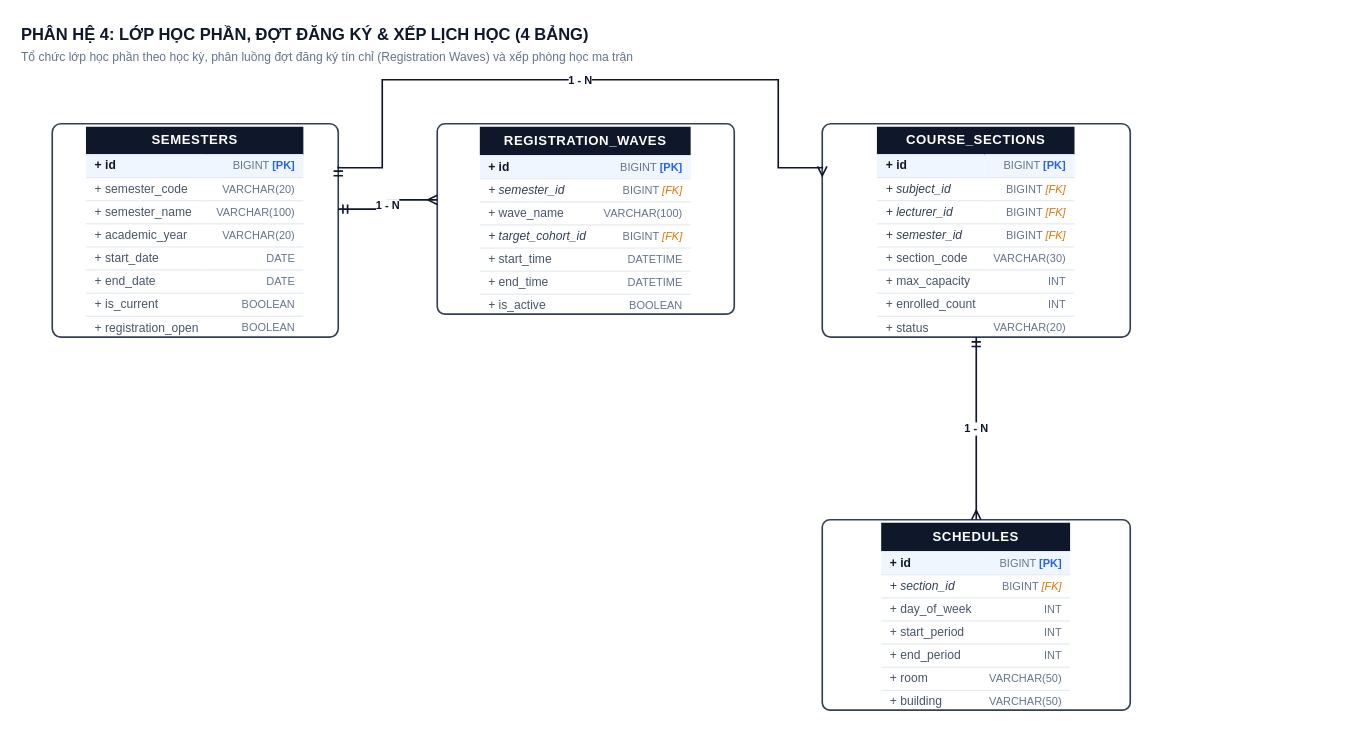
Above: page "5. Phân hệ 4 - Lớp học phần & Xếp lịch" (5 of 8) of drawio/ERD_Diagrams.drawio in DevMarkie/DoAnChuyenNganh (draw.io), before the change. Source tidied: cells renumbered, new cells numbered last; positions are measured from the earlier drawing's top-left corner, leaving out a move shared by most shapes. Both pictures are drawn from the tidied source at 110%, with x=0, y=0 at pixel (19, 19).
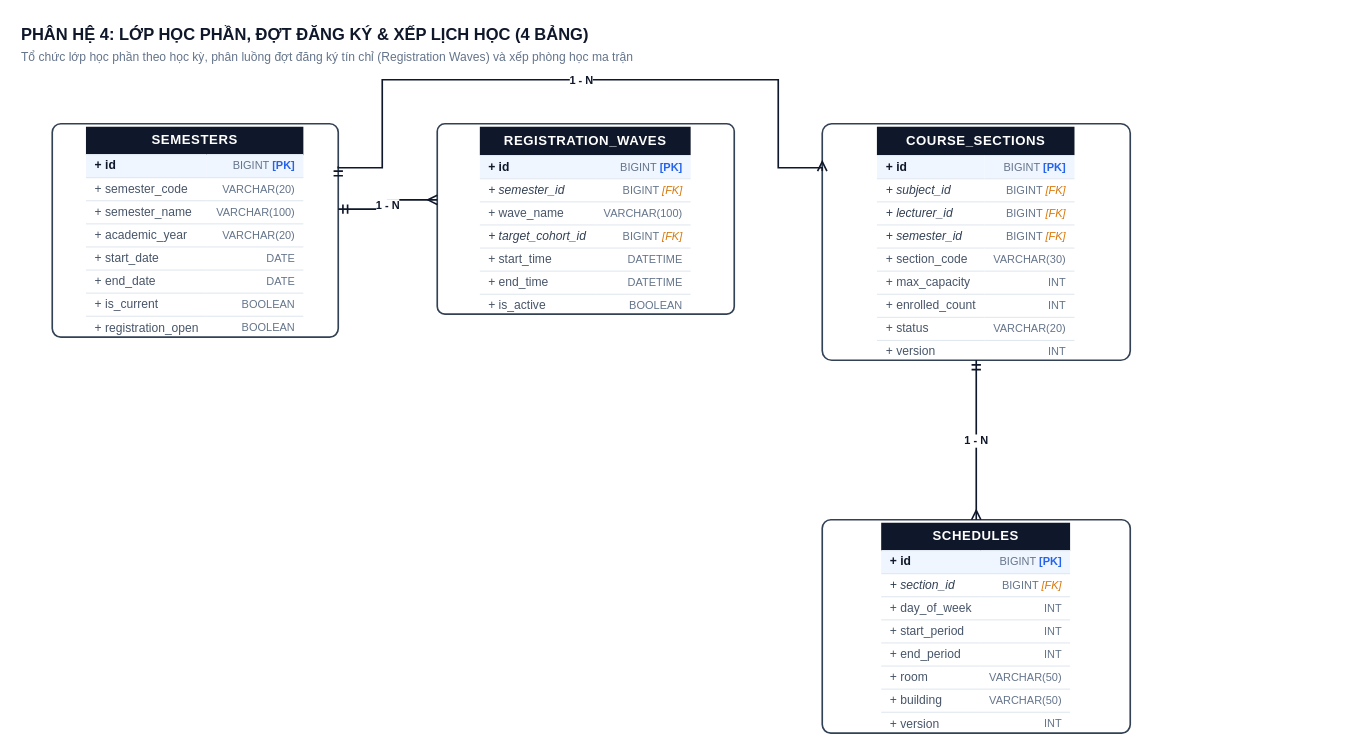
After the change.

The edit, as a diff of the source:
```diff
@@
 <mxGraphModel background="#ffffff">
   <root>
     <mxCell id="0" />
     <mxCell id="1" parent="0" />
     <mxCell id="2" value="PHÂN HỆ 4: LỚP HỌC PHẦN, ĐỢT ĐĂNG KÝ &amp; XẾP LỊCH HỌC (4 BẢNG)" style="text;html=1;strokeColor=none;fillColor=none;align=left;verticalAlign=middle;fontStyle=1;fontSize=15;fontFamily=Arial,Helvetica,sans-serif;fontColor=#0f172a;" parent="1" vertex="1">
       <mxGeometry width="1200" height="26" as="geometry" />
     </mxCell>
     <mxCell id="3" value="Tổ chức lớp học phần theo học kỳ, phân luồng đợt đăng ký tín chỉ (Registration Waves) và xếp phòng học ma trận" style="text;html=1;strokeColor=none;fillColor=none;align=left;verticalAlign=middle;fontStyle=0;fontSize=11;fontFamily=Arial,Helvetica,sans-serif;fontColor=#64748b;" parent="1" vertex="1">
       <mxGeometry y="24" width="1200" height="20" as="geometry" />
     </mxCell>
     <mxCell id="4" value="&lt;table style=&quot;width:100%; border-collapse:collapse; font-family:Arial,Helvetica,sans-serif; font-size:11px; margin:0; padding:0;&quot;&gt;&lt;tr style=&quot;background:#0f172a; color:#ffffff; height:26px;&quot;&gt;&lt;td colspan=&quot;2&quot; align=&quot;center&quot; style=&quot;font-weight:bold; font-size:12px; letter-spacing:0.5px;&quot;&gt;SEMESTERS&lt;/td&gt;&lt;/tr&gt;&lt;tr style=&quot;background:#eff6ff; height:21px; border-top:1px solid #e2e8f0;&quot;&gt;&lt;td style=&quot;padding:2px 8px; text-align:left; font-weight:bold; color:#0f172a;&quot;&gt;+ id&lt;/td&gt;&lt;td style=&quot;padding:2px 8px; text-align:right; color:#64748b; font-size:10px;&quot;&gt;BIGINT &lt;b style=&quot;color:#2563eb;&quot;&gt;[PK]&lt;/b&gt;&lt;/td&gt;&lt;/tr&gt;&lt;tr style=&quot;background:#ffffff; height:21px; border-top:1px solid #e2e8f0;&quot;&gt;&lt;td style=&quot;padding:2px 8px; text-align:left; color:#475569;&quot;&gt;+ semester_code&lt;/td&gt;&lt;td style=&quot;padding:2px 8px; text-align:right; color:#64748b; font-size:10px;&quot;&gt;VARCHAR(20)&lt;/td&gt;&lt;/tr&gt;&lt;tr style=&quot;background:#ffffff; height:21px; border-top:1px solid #e2e8f0;&quot;&gt;&lt;td style=&quot;padding:2px 8px; text-align:left; color:#475569;&quot;&gt;+ semester_name&lt;/td&gt;&lt;td style=&quot;padding:2px 8px; text-align:right; color:#64748b; font-size:10px;&quot;&gt;VARCHAR(100)&lt;/td&gt;&lt;/tr&gt;&lt;tr style=&quot;background:#ffffff; height:21px; border-top:1px solid #e2e8f0;&quot;&gt;&lt;td style=&quot;padding:2px 8px; text-align:left; color:#475569;&quot;&gt;+ academic_year&lt;/td&gt;&lt;td style=&quot;padding:2px 8px; text-align:right; color:#64748b; font-size:10px;&quot;&gt;VARCHAR(20)&lt;/td&gt;&lt;/tr&gt;&lt;tr style=&quot;background:#ffffff; height:21px; border-top:1px solid #e2e8f0;&quot;&gt;&lt;td style=&quot;padding:2px 8px; text-align:left; color:#475569;&quot;&gt;+ start_date&lt;/td&gt;&lt;td style=&quot;padding:2px 8px; text-align:right; color:#64748b; font-size:10px;&quot;&gt;DATE&lt;/td&gt;&lt;/tr&gt;&lt;tr style=&quot;background:#ffffff; height:21px; border-top:1px solid #e2e8f0;&quot;&gt;&lt;td style=&quot;padding:2px 8px; text-align:left; color:#475569;&quot;&gt;+ end_date&lt;/td&gt;&lt;td style=&quot;padding:2px 8px; text-align:right; color:#64748b; font-size:10px;&quot;&gt;DATE&lt;/td&gt;&lt;/tr&gt;&lt;tr style=&quot;background:#ffffff; height:21px; border-top:1px solid #e2e8f0;&quot;&gt;&lt;td style=&quot;padding:2px 8px; text-align:left; color:#475569;&quot;&gt;+ is_current&lt;/td&gt;&lt;td style=&quot;padding:2px 8px; text-align:right; color:#64748b; font-size:10px;&quot;&gt;BOOLEAN&lt;/td&gt;&lt;/tr&gt;&lt;tr style=&quot;background:#ffffff; height:21px; border-top:1px solid #e2e8f0;&quot;&gt;&lt;td style=&quot;padding:2px 8px; text-align:left; color:#475569;&quot;&gt;+ registration_open&lt;/td&gt;&lt;td style=&quot;padding:2px 8px; text-align:right; color:#64748b; font-size:10px;&quot;&gt;BOOLEAN&lt;/td&gt;&lt;/tr&gt;&lt;/table&gt;" style="rounded=1;arcSize=4;strokeColor=#334155;strokeWidth=1.5;fillColor=#ffffff;html=1;overflow=hidden;whiteSpace=wrap;" parent="1" vertex="1">
       <mxGeometry x="30" y="95" width="260" height="194" as="geometry" />
     </mxCell>
     <mxCell id="5" value="&lt;table style=&quot;width:100%; border-collapse:collapse; font-family:Arial,Helvetica,sans-serif; font-size:11px; margin:0; padding:0;&quot;&gt;&lt;tr style=&quot;background:#0f172a; color:#ffffff; height:26px;&quot;&gt;&lt;td colspan=&quot;2&quot; align=&quot;center&quot; style=&quot;font-weight:bold; font-size:12px; letter-spacing:0.5px;&quot;&gt;REGISTRATION_WAVES&lt;/td&gt;&lt;/tr&gt;&lt;tr style=&quot;background:#eff6ff; height:21px; border-top:1px solid #e2e8f0;&quot;&gt;&lt;td style=&quot;padding:2px 8px; text-align:left; font-weight:bold; color:#0f172a;&quot;&gt;+ id&lt;/td&gt;&lt;td style=&quot;padding:2px 8px; text-align:right; color:#64748b; font-size:10px;&quot;&gt;BIGINT &lt;b style=&quot;color:#2563eb;&quot;&gt;[PK]&lt;/b&gt;&lt;/td&gt;&lt;/tr&gt;&lt;tr style=&quot;background:#ffffff; height:21px; border-top:1px solid #e2e8f0;&quot;&gt;&lt;td style=&quot;padding:2px 8px; text-align:left; font-style:italic; color:#334155;&quot;&gt;+ semester_id&lt;/td&gt;&lt;td style=&quot;padding:2px 8px; text-align:right; color:#64748b; font-size:10px;&quot;&gt;BIGINT &lt;i style=&quot;color:#d97706;&quot;&gt;[FK]&lt;/i&gt;&lt;/td&gt;&lt;/tr&gt;&lt;tr style=&quot;background:#ffffff; height:21px; border-top:1px solid #e2e8f0;&quot;&gt;&lt;td style=&quot;padding:2px 8px; text-align:left; color:#475569;&quot;&gt;+ wave_name&lt;/td&gt;&lt;td style=&quot;padding:2px 8px; text-align:right; color:#64748b; font-size:10px;&quot;&gt;VARCHAR(100)&lt;/td&gt;&lt;/tr&gt;&lt;tr style=&quot;background:#ffffff; height:21px; border-top:1px solid #e2e8f0;&quot;&gt;&lt;td style=&quot;padding:2px 8px; text-align:left; font-style:italic; color:#334155;&quot;&gt;+ target_cohort_id&lt;/td&gt;&lt;td style=&quot;padding:2px 8px; text-align:right; color:#64748b; font-size:10px;&quot;&gt;BIGINT &lt;i style=&quot;color:#d97706;&quot;&gt;[FK]&lt;/i&gt;&lt;/td&gt;&lt;/tr&gt;&lt;tr style=&quot;background:#ffffff; height:21px; border-top:1px solid #e2e8f0;&quot;&gt;&lt;td style=&quot;padding:2px 8px; text-align:left; color:#475569;&quot;&gt;+ start_time&lt;/td&gt;&lt;td style=&quot;padding:2px 8px; text-align:right; color:#64748b; font-size:10px;&quot;&gt;DATETIME&lt;/td&gt;&lt;/tr&gt;&lt;tr style=&quot;background:#ffffff; height:21px; border-top:1px solid #e2e8f0;&quot;&gt;&lt;td style=&quot;padding:2px 8px; text-align:left; color:#475569;&quot;&gt;+ end_time&lt;/td&gt;&lt;td style=&quot;padding:2px 8px; text-align:right; color:#64748b; font-size:10px;&quot;&gt;DATETIME&lt;/td&gt;&lt;/tr&gt;&lt;tr style=&quot;background:#ffffff; height:21px; border-top:1px solid #e2e8f0;&quot;&gt;&lt;td style=&quot;padding:2px 8px; text-align:left; color:#475569;&quot;&gt;+ is_active&lt;/td&gt;&lt;td style=&quot;padding:2px 8px; text-align:right; color:#64748b; font-size:10px;&quot;&gt;BOOLEAN&lt;/td&gt;&lt;/tr&gt;&lt;/table&gt;" style="rounded=1;arcSize=4;strokeColor=#334155;strokeWidth=1.5;fillColor=#ffffff;html=1;overflow=hidden;whiteSpace=wrap;" parent="1" vertex="1">
       <mxGeometry x="380" y="95" width="270" height="173" as="geometry" />
     </mxCell>
-    <mxCell id="6" value="&lt;table style=&quot;width:100%; border-collapse:collapse; font-family:Arial,Helvetica,sans-serif; font-size:11px; margin:0; padding:0;&quot;&gt;&lt;tr style=&quot;background:#0f172a; color:#ffffff; height:26px;&quot;&gt;&lt;td colspan=&quot;2&quot; align=&quot;center&quot; style=&quot;font-weight:bold; font-size:12px; letter-spacing:0.5px;&quot;&gt;COURSE_SECTIONS&lt;/td&gt;&lt;/tr&gt;&lt;tr style=&quot;background:#eff6ff; height:21px; border-top:1px solid #e2e8f0;&quot;&gt;&lt;td style=&quot;padding:2px 8px; text-align:left; font-weight:bold; color:#0f172a;&quot;&gt;+ id&lt;/td&gt;&lt;td style=&quot;padding:2px 8px; text-align:right; color:#64748b; font-size:10px;&quot;&gt;BIGINT &lt;b style=&quot;color:#2563eb;&quot;&gt;[PK]&lt;/b&gt;&lt;/td&gt;&lt;/tr&gt;&lt;tr style=&quot;background:#ffffff; height:21px; border-top:1px solid #e2e8f0;&quot;&gt;&lt;td style=&quot;padding:2px 8px; text-align:left; font-style:italic; color:#334155;&quot;&gt;+ subject_id&lt;/td&gt;&lt;td style=&quot;padding:2px 8px; text-align:right; color:#64748b; font-size:10px;&quot;&gt;BIGINT &lt;i style=&quot;color:#d97706;&quot;&gt;[FK]&lt;/i&gt;&lt;/td&gt;&lt;/tr&gt;&lt;tr style=&quot;background:#ffffff; height:21px; border-top:1px solid #e2e8f0;&quot;&gt;&lt;td style=&quot;padding:2px 8px; text-align:left; font-style:italic; color:#334155;&quot;&gt;+ lecturer_id&lt;/td&gt;&lt;td style=&quot;padding:2px 8px; text-align:right; color:#64748b; font-size:10px;&quot;&gt;BIGINT &lt;i style=&quot;color:#d97706;&quot;&gt;[FK]&lt;/i&gt;&lt;/td&gt;&lt;/tr&gt;&lt;tr style=&quot;background:#ffffff; height:21px; border-top:1px solid #e2e8f0;&quot;&gt;&lt;td style=&quot;padding:2px 8px; text-align:left; font-style:italic; color:#334155;&quot;&gt;+ semester_id&lt;/td&gt;&lt;td style=&quot;padding:2px 8px; text-align:right; color:#64748b; font-size:10px;&quot;&gt;BIGINT &lt;i style=&quot;color:#d97706;&quot;&gt;[FK]&lt;/i&gt;&lt;/td&gt;&lt;/tr&gt;&lt;tr style=&quot;background:#ffffff; height:21px; border-top:1px solid #e2e8f0;&quot;&gt;&lt;td style=&quot;padding:2px 8px; text-align:left; color:#475569;&quot;&gt;+ section_code&lt;/td&gt;&lt;td style=&quot;padding:2px 8px; text-align:right; color:#64748b; font-size:10px;&quot;&gt;VARCHAR(30)&lt;/td&gt;&lt;/tr&gt;&lt;tr style=&quot;background:#ffffff; height:21px; border-top:1px solid #e2e8f0;&quot;&gt;&lt;td style=&quot;padding:2px 8px; text-align:left; color:#475569;&quot;&gt;+ max_capacity&lt;/td&gt;&lt;td style=&quot;padding:2px 8px; text-align:right; color:#64748b; font-size:10px;&quot;&gt;INT&lt;/td&gt;&lt;/tr&gt;&lt;tr style=&quot;background:#ffffff; height:21px; border-top:1px solid #e2e8f0;&quot;&gt;&lt;td style=&quot;padding:2px 8px; text-align:left; color:#475569;&quot;&gt;+ enrolled_count&lt;/td&gt;&lt;td style=&quot;padding:2px 8px; text-align:right; color:#64748b; font-size:10px;&quot;&gt;INT&lt;/td&gt;&lt;/tr&gt;&lt;tr style=&quot;background:#ffffff; height:21px; border-top:1px solid #e2e8f0;&quot;&gt;&lt;td style=&quot;padding:2px 8px; text-align:left; color:#475569;&quot;&gt;+ status&lt;/td&gt;&lt;td style=&quot;padding:2px 8px; text-align:right; color:#64748b; font-size:10px;&quot;&gt;VARCHAR(20)&lt;/td&gt;&lt;/tr&gt;&lt;/table&gt;" style="rounded=1;arcSize=4;strokeColor=#334155;strokeWidth=1.5;fillColor=#ffffff;html=1;overflow=hidden;whiteSpace=wrap;" parent="1" vertex="1">
-      <mxGeometry x="730" y="95" width="280" height="194" as="geometry" />
+    <mxCell id="6" value="&lt;table style=&quot;width:100%; border-collapse:collapse; font-family:Arial,Helvetica,sans-serif; font-size:11px; margin:0; padding:0;&quot;&gt;&lt;tr style=&quot;background:#0f172a; color:#ffffff; height:26px;&quot;&gt;&lt;td colspan=&quot;2&quot; align=&quot;center&quot; style=&quot;font-weight:bold; font-size:12px; letter-spacing:0.5px;&quot;&gt;COURSE_SECTIONS&lt;/td&gt;&lt;/tr&gt;&lt;tr style=&quot;background:#eff6ff; height:21px; border-top:1px solid #e2e8f0;&quot;&gt;&lt;td style=&quot;padding:2px 8px; text-align:left; font-weight:bold; color:#0f172a;&quot;&gt;+ id&lt;/td&gt;&lt;td style=&quot;padding:2px 8px; text-align:right; color:#64748b; font-size:10px;&quot;&gt;BIGINT &lt;b style=&quot;color:#2563eb;&quot;&gt;[PK]&lt;/b&gt;&lt;/td&gt;&lt;/tr&gt;&lt;tr style=&quot;background:#ffffff; height:21px; border-top:1px solid #e2e8f0;&quot;&gt;&lt;td style=&quot;padding:2px 8px; text-align:left; font-style:italic; color:#334155;&quot;&gt;+ subject_id&lt;/td&gt;&lt;td style=&quot;padding:2px 8px; text-align:right; color:#64748b; font-size:10px;&quot;&gt;BIGINT &lt;i style=&quot;color:#d97706;&quot;&gt;[FK]&lt;/i&gt;&lt;/td&gt;&lt;/tr&gt;&lt;tr style=&quot;background:#ffffff; height:21px; border-top:1px solid #e2e8f0;&quot;&gt;&lt;td style=&quot;padding:2px 8px; text-align:left; font-style:italic; color:#334155;&quot;&gt;+ lecturer_id&lt;/td&gt;&lt;td style=&quot;padding:2px 8px; text-align:right; color:#64748b; font-size:10px;&quot;&gt;BIGINT &lt;i style=&quot;color:#d97706;&quot;&gt;[FK]&lt;/i&gt;&lt;/td&gt;&lt;/tr&gt;&lt;tr style=&quot;background:#ffffff; height:21px; border-top:1px solid #e2e8f0;&quot;&gt;&lt;td style=&quot;padding:2px 8px; text-align:left; font-style:italic; color:#334155;&quot;&gt;+ semester_id&lt;/td&gt;&lt;td style=&quot;padding:2px 8px; text-align:right; color:#64748b; font-size:10px;&quot;&gt;BIGINT &lt;i style=&quot;color:#d97706;&quot;&gt;[FK]&lt;/i&gt;&lt;/td&gt;&lt;/tr&gt;&lt;tr style=&quot;background:#ffffff; height:21px; border-top:1px solid #e2e8f0;&quot;&gt;&lt;td style=&quot;padding:2px 8px; text-align:left; color:#475569;&quot;&gt;+ section_code&lt;/td&gt;&lt;td style=&quot;padding:2px 8px; text-align:right; color:#64748b; font-size:10px;&quot;&gt;VARCHAR(30)&lt;/td&gt;&lt;/tr&gt;&lt;tr style=&quot;background:#ffffff; height:21px; border-top:1px solid #e2e8f0;&quot;&gt;&lt;td style=&quot;padding:2px 8px; text-align:left; color:#475569;&quot;&gt;+ max_capacity&lt;/td&gt;&lt;td style=&quot;padding:2px 8px; text-align:right; color:#64748b; font-size:10px;&quot;&gt;INT&lt;/td&gt;&lt;/tr&gt;&lt;tr style=&quot;background:#ffffff; height:21px; border-top:1px solid #e2e8f0;&quot;&gt;&lt;td style=&quot;padding:2px 8px; text-align:left; color:#475569;&quot;&gt;+ enrolled_count&lt;/td&gt;&lt;td style=&quot;padding:2px 8px; text-align:right; color:#64748b; font-size:10px;&quot;&gt;INT&lt;/td&gt;&lt;/tr&gt;&lt;tr style=&quot;background:#ffffff; height:21px; border-top:1px solid #e2e8f0;&quot;&gt;&lt;td style=&quot;padding:2px 8px; text-align:left; color:#475569;&quot;&gt;+ status&lt;/td&gt;&lt;td style=&quot;padding:2px 8px; text-align:right; color:#64748b; font-size:10px;&quot;&gt;VARCHAR(20)&lt;/td&gt;&lt;/tr&gt;&lt;tr style=&quot;background:#ffffff; height:21px; border-top:1px solid #e2e8f0;&quot;&gt;&lt;td style=&quot;padding:2px 8px; text-align:left; color:#475569;&quot;&gt;+ version&lt;/td&gt;&lt;td style=&quot;padding:2px 8px; text-align:right; color:#64748b; font-size:10px;&quot;&gt;INT&lt;/td&gt;&lt;/tr&gt;&lt;/table&gt;" style="rounded=1;arcSize=4;strokeColor=#334155;strokeWidth=1.5;fillColor=#ffffff;html=1;overflow=hidden;whiteSpace=wrap;" parent="1" vertex="1">
+      <mxGeometry x="730" y="95" width="280" height="215" as="geometry" />
     </mxCell>
-    <mxCell id="7" value="&lt;table style=&quot;width:100%; border-collapse:collapse; font-family:Arial,Helvetica,sans-serif; font-size:11px; margin:0; padding:0;&quot;&gt;&lt;tr style=&quot;background:#0f172a; color:#ffffff; height:26px;&quot;&gt;&lt;td colspan=&quot;2&quot; align=&quot;center&quot; style=&quot;font-weight:bold; font-size:12px; letter-spacing:0.5px;&quot;&gt;SCHEDULES&lt;/td&gt;&lt;/tr&gt;&lt;tr style=&quot;background:#eff6ff; height:21px; border-top:1px solid #e2e8f0;&quot;&gt;&lt;td style=&quot;padding:2px 8px; text-align:left; font-weight:bold; color:#0f172a;&quot;&gt;+ id&lt;/td&gt;&lt;td style=&quot;padding:2px 8px; text-align:right; color:#64748b; font-size:10px;&quot;&gt;BIGINT &lt;b style=&quot;color:#2563eb;&quot;&gt;[PK]&lt;/b&gt;&lt;/td&gt;&lt;/tr&gt;&lt;tr style=&quot;background:#ffffff; height:21px; border-top:1px solid #e2e8f0;&quot;&gt;&lt;td style=&quot;padding:2px 8px; text-align:left; font-style:italic; color:#334155;&quot;&gt;+ section_id&lt;/td&gt;&lt;td style=&quot;padding:2px 8px; text-align:right; color:#64748b; font-size:10px;&quot;&gt;BIGINT &lt;i style=&quot;color:#d97706;&quot;&gt;[FK]&lt;/i&gt;&lt;/td&gt;&lt;/tr&gt;&lt;tr style=&quot;background:#ffffff; height:21px; border-top:1px solid #e2e8f0;&quot;&gt;&lt;td style=&quot;padding:2px 8px; text-align:left; color:#475569;&quot;&gt;+ day_of_week&lt;/td&gt;&lt;td style=&quot;padding:2px 8px; text-align:right; color:#64748b; font-size:10px;&quot;&gt;INT&lt;/td&gt;&lt;/tr&gt;&lt;tr style=&quot;background:#ffffff; height:21px; border-top:1px solid #e2e8f0;&quot;&gt;&lt;td style=&quot;padding:2px 8px; text-align:left; color:#475569;&quot;&gt;+ start_period&lt;/td&gt;&lt;td style=&quot;padding:2px 8px; text-align:right; color:#64748b; font-size:10px;&quot;&gt;INT&lt;/td&gt;&lt;/tr&gt;&lt;tr style=&quot;background:#ffffff; height:21px; border-top:1px solid #e2e8f0;&quot;&gt;&lt;td style=&quot;padding:2px 8px; text-align:left; color:#475569;&quot;&gt;+ end_period&lt;/td&gt;&lt;td style=&quot;padding:2px 8px; text-align:right; color:#64748b; font-size:10px;&quot;&gt;INT&lt;/td&gt;&lt;/tr&gt;&lt;tr style=&quot;background:#ffffff; height:21px; border-top:1px solid #e2e8f0;&quot;&gt;&lt;td style=&quot;padding:2px 8px; text-align:left; color:#475569;&quot;&gt;+ room&lt;/td&gt;&lt;td style=&quot;padding:2px 8px; text-align:right; color:#64748b; font-size:10px;&quot;&gt;VARCHAR(50)&lt;/td&gt;&lt;/tr&gt;&lt;tr style=&quot;background:#ffffff; height:21px; border-top:1px solid #e2e8f0;&quot;&gt;&lt;td style=&quot;padding:2px 8px; text-align:left; color:#475569;&quot;&gt;+ building&lt;/td&gt;&lt;td style=&quot;padding:2px 8px; text-align:right; color:#64748b; font-size:10px;&quot;&gt;VARCHAR(50)&lt;/td&gt;&lt;/tr&gt;&lt;/table&gt;" style="rounded=1;arcSize=4;strokeColor=#334155;strokeWidth=1.5;fillColor=#ffffff;html=1;overflow=hidden;whiteSpace=wrap;" parent="1" vertex="1">
-      <mxGeometry x="730" y="455" width="280" height="173" as="geometry" />
+    <mxCell id="7" value="&lt;table style=&quot;width:100%; border-collapse:collapse; font-family:Arial,Helvetica,sans-serif; font-size:11px; margin:0; padding:0;&quot;&gt;&lt;tr style=&quot;background:#0f172a; color:#ffffff; height:26px;&quot;&gt;&lt;td colspan=&quot;2&quot; align=&quot;center&quot; style=&quot;font-weight:bold; font-size:12px; letter-spacing:0.5px;&quot;&gt;SCHEDULES&lt;/td&gt;&lt;/tr&gt;&lt;tr style=&quot;background:#eff6ff; height:21px; border-top:1px solid #e2e8f0;&quot;&gt;&lt;td style=&quot;padding:2px 8px; text-align:left; font-weight:bold; color:#0f172a;&quot;&gt;+ id&lt;/td&gt;&lt;td style=&quot;padding:2px 8px; text-align:right; color:#64748b; font-size:10px;&quot;&gt;BIGINT &lt;b style=&quot;color:#2563eb;&quot;&gt;[PK]&lt;/b&gt;&lt;/td&gt;&lt;/tr&gt;&lt;tr style=&quot;background:#ffffff; height:21px; border-top:1px solid #e2e8f0;&quot;&gt;&lt;td style=&quot;padding:2px 8px; text-align:left; font-style:italic; color:#334155;&quot;&gt;+ section_id&lt;/td&gt;&lt;td style=&quot;padding:2px 8px; text-align:right; color:#64748b; font-size:10px;&quot;&gt;BIGINT &lt;i style=&quot;color:#d97706;&quot;&gt;[FK]&lt;/i&gt;&lt;/td&gt;&lt;/tr&gt;&lt;tr style=&quot;background:#ffffff; height:21px; border-top:1px solid #e2e8f0;&quot;&gt;&lt;td style=&quot;padding:2px 8px; text-align:left; color:#475569;&quot;&gt;+ day_of_week&lt;/td&gt;&lt;td style=&quot;padding:2px 8px; text-align:right; color:#64748b; font-size:10px;&quot;&gt;INT&lt;/td&gt;&lt;/tr&gt;&lt;tr style=&quot;background:#ffffff; height:21px; border-top:1px solid #e2e8f0;&quot;&gt;&lt;td style=&quot;padding:2px 8px; text-align:left; color:#475569;&quot;&gt;+ start_period&lt;/td&gt;&lt;td style=&quot;padding:2px 8px; text-align:right; color:#64748b; font-size:10px;&quot;&gt;INT&lt;/td&gt;&lt;/tr&gt;&lt;tr style=&quot;background:#ffffff; height:21px; border-top:1px solid #e2e8f0;&quot;&gt;&lt;td style=&quot;padding:2px 8px; text-align:left; color:#475569;&quot;&gt;+ end_period&lt;/td&gt;&lt;td style=&quot;padding:2px 8px; text-align:right; color:#64748b; font-size:10px;&quot;&gt;INT&lt;/td&gt;&lt;/tr&gt;&lt;tr style=&quot;background:#ffffff; height:21px; border-top:1px solid #e2e8f0;&quot;&gt;&lt;td style=&quot;padding:2px 8px; text-align:left; color:#475569;&quot;&gt;+ room&lt;/td&gt;&lt;td style=&quot;padding:2px 8px; text-align:right; color:#64748b; font-size:10px;&quot;&gt;VARCHAR(50)&lt;/td&gt;&lt;/tr&gt;&lt;tr style=&quot;background:#ffffff; height:21px; border-top:1px solid #e2e8f0;&quot;&gt;&lt;td style=&quot;padding:2px 8px; text-align:left; color:#475569;&quot;&gt;+ building&lt;/td&gt;&lt;td style=&quot;padding:2px 8px; text-align:right; color:#64748b; font-size:10px;&quot;&gt;VARCHAR(50)&lt;/td&gt;&lt;/tr&gt;&lt;tr style=&quot;background:#ffffff; height:21px; border-top:1px solid #e2e8f0;&quot;&gt;&lt;td style=&quot;padding:2px 8px; text-align:left; color:#475569;&quot;&gt;+ version&lt;/td&gt;&lt;td style=&quot;padding:2px 8px; text-align:right; color:#64748b; font-size:10px;&quot;&gt;INT&lt;/td&gt;&lt;/tr&gt;&lt;/table&gt;" style="rounded=1;arcSize=4;strokeColor=#334155;strokeWidth=1.5;fillColor=#ffffff;html=1;overflow=hidden;whiteSpace=wrap;" parent="1" vertex="1">
+      <mxGeometry x="730" y="455" width="280" height="194" as="geometry" />
     </mxCell>
     <mxCell id="8" value="1 - N" style="edgeStyle=orthogonalEdgeStyle;rounded=0;jettySize=auto;html=1;strokeColor=#0f172a;strokeWidth=1.5;fontColor=#0f172a;fontSize=10;fontStyle=1;endArrow=ERmany;endFill=0;startArrow=ERmandOne;startFill=0;exitX=1;exitY=0.4;exitDx=0;exitDy=0;entryX=0;entryY=0.4;entryDx=0;entryDy=0;" parent="1" edge="1" source="4" target="5">
       <mxGeometry relative="1" as="geometry" />
     </mxCell>
     <mxCell id="9" value="1 - N" style="edgeStyle=orthogonalEdgeStyle;rounded=0;jettySize=auto;html=1;strokeColor=#0f172a;strokeWidth=1.5;fontColor=#0f172a;fontSize=10;fontStyle=1;endArrow=ERmany;endFill=0;startArrow=ERmandOne;startFill=0;exitX=1;exitY=0.2;exitDx=0;exitDy=0;entryX=0;entryY=0.2;entryDx=0;entryDy=0;" parent="1" edge="1" source="4" target="6">
       <mxGeometry relative="1" as="geometry">
         <Array as="points">
           <mxPoint x="330" y="135" />
           <mxPoint x="330" y="55" />
           <mxPoint x="690" y="55" />
           <mxPoint x="690" y="135" />
         </Array>
       </mxGeometry>
     </mxCell>
     <mxCell id="10" value="1 - N" style="edgeStyle=orthogonalEdgeStyle;rounded=0;jettySize=auto;html=1;strokeColor=#0f172a;strokeWidth=1.5;fontColor=#0f172a;fontSize=10;fontStyle=1;endArrow=ERmany;endFill=0;startArrow=ERmandOne;startFill=0;exitX=0.5;exitY=1;exitDx=0;exitDy=0;entryX=0.5;entryY=0;entryDx=0;entryDy=0;" parent="1" edge="1" source="6" target="7">
       <mxGeometry relative="1" as="geometry" />
     </mxCell>
   </root>
 </mxGraphModel>
```
